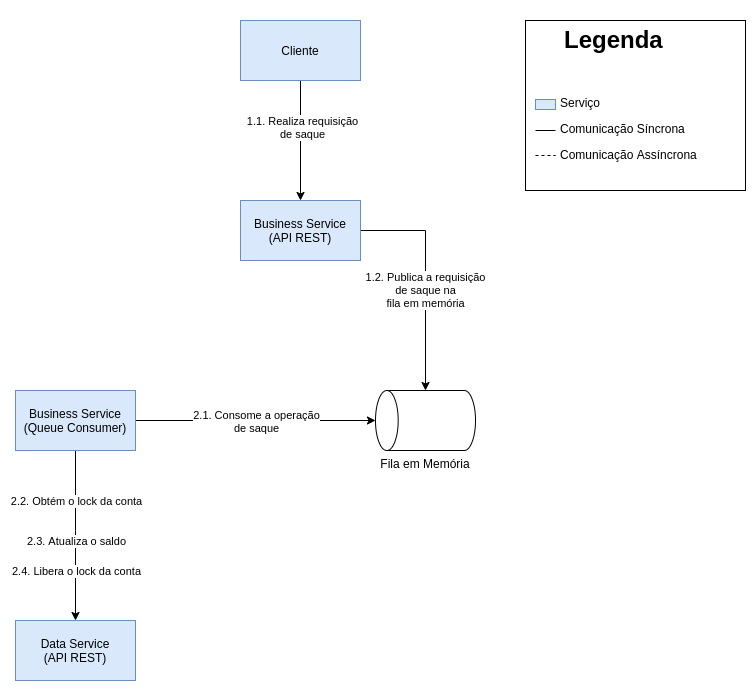
The draw.io diagram docs/Diagrams-ServidorDeNegocio-Saque.png in eaneto/distributed-bank, before a commit. Source tidied: cells renumbered, new cells last; positions are measured from the earlier drawing's top-left corner, leaving out a move shared by most shapes.
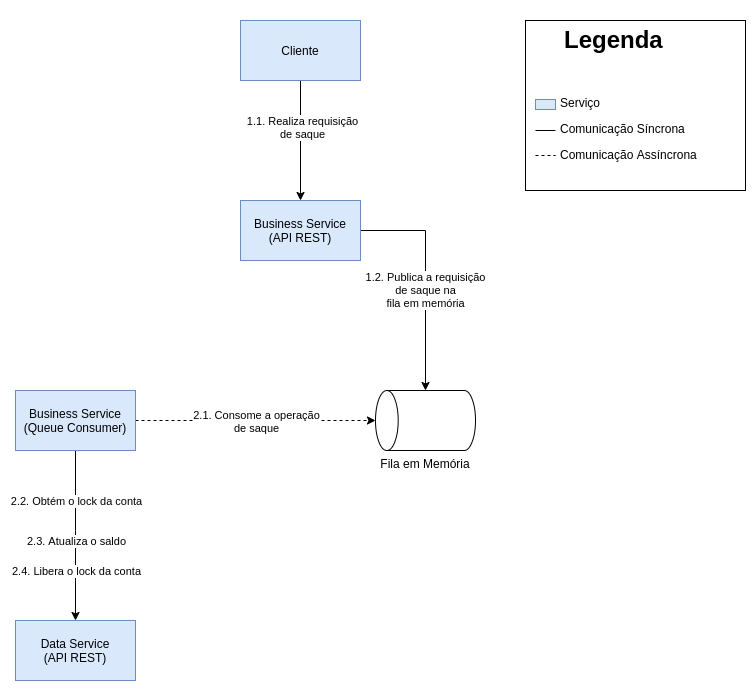
The same file after the commit.

Commit message:
Update business diagrams

Change to the diagram source:
```diff
@@ -13,7 +13,7 @@
     <mxCell id="4" value="Business Service&lt;br&gt;(API REST)" style="rounded=0;whiteSpace=wrap;html=1;fillColor=#dae8fc;strokeColor=#6c8ebf;" parent="1" vertex="1">
       <mxGeometry x="225" y="180" width="120" height="60" as="geometry" />
     </mxCell>
-    <mxCell id="5" style="edgeStyle=orthogonalEdgeStyle;rounded=0;jettySize=auto;html=1;entryX=0.5;entryY=0;entryDx=0;entryDy=0;entryPerimeter=0;" parent="1" edge="1" source="9" target="10">
+    <mxCell id="5" style="edgeStyle=orthogonalEdgeStyle;rounded=0;jettySize=auto;html=1;entryX=0.5;entryY=0;entryDx=0;entryDy=0;entryPerimeter=0;dashed=1;" parent="1" edge="1" source="9" target="10">
       <mxGeometry relative="1" as="geometry" />
     </mxCell>
     <mxCell id="6" value="2.1. Consome a operação&lt;br&gt;de saque" style="edgeLabel;html=1;align=center;verticalAlign=middle;" parent="5" vertex="1">
```
